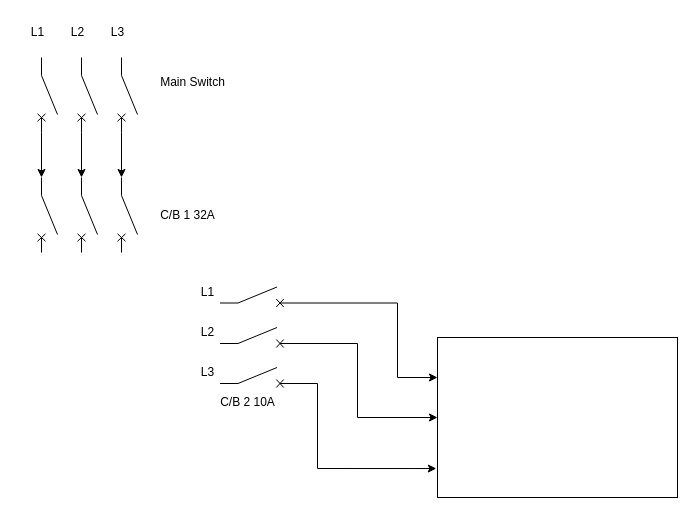
nicholas-carnie/Nicks-files keeps this draw.io diagram as Electrical - Aerosol JNR.drawio. Above is the earlier version. Source tidied: cells renumbered, new cells numbered last; positions are measured from the earlier drawing's top-left corner, leaving out a move shared by most shapes. Both pictures are drawn from the tidied source at 100%, with x=0, y=0 at pixel (17, 17).
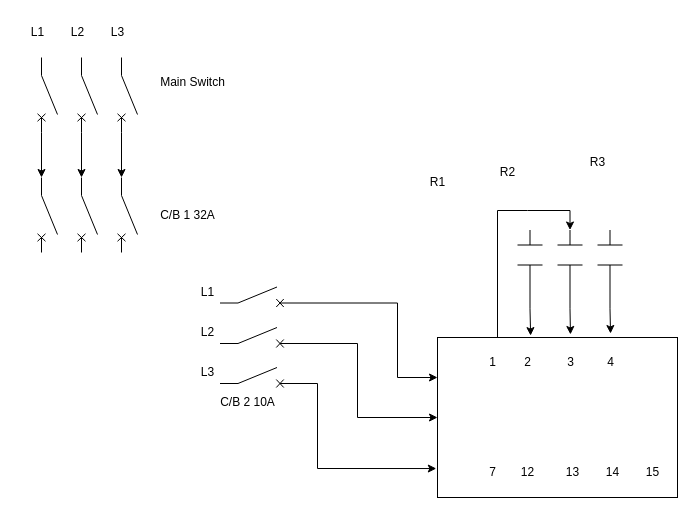
Above is the later version.

Unchanged cells that the change refers to:
```xml
<mxCell id="2" style="rounded=0;whiteSpace=wrap;html=1;" parent="1" vertex="1">
  <mxGeometry x="420" y="320" width="240" height="160" as="geometry" />
</mxCell>
```

The edit, as a diff of the source:
```diff
@@
+    <mxCell id="27" style="verticalLabelPosition=bottom;shadow=0;dashed=0;align=center;html=1;verticalAlign=top;shape=mxgraph.electrical.plc_ladder.contact;direction=south;" parent="1" vertex="1">
+      <mxGeometry x="500" y="212.5" width="25" height="50" as="geometry" />
+    </mxCell>
+    <mxCell id="28" style="verticalLabelPosition=bottom;shadow=0;dashed=0;align=center;html=1;verticalAlign=top;shape=mxgraph.electrical.plc_ladder.contact;direction=south;" parent="1" vertex="1">
+      <mxGeometry x="540" y="212.5" width="25" height="50" as="geometry" />
+    </mxCell>
+    <mxCell id="29" style="verticalLabelPosition=bottom;shadow=0;dashed=0;align=center;html=1;verticalAlign=top;shape=mxgraph.electrical.plc_ladder.contact;direction=south;" parent="1" vertex="1">
+      <mxGeometry x="580" y="212.5" width="25" height="50" as="geometry" />
+    </mxCell>
+    <mxCell id="30" style="edgeStyle=orthogonalEdgeStyle;rounded=0;jettySize=auto;html=1;exitX=1;exitY=0.5;exitDx=0;exitDy=0;exitPerimeter=0;entryX=0.721;entryY=-0.025;entryDx=0;entryDy=0;entryPerimeter=0;" parent="1" edge="1" source="29" target="2">
+      <mxGeometry relative="1" as="geometry" />
+    </mxCell>
+    <mxCell id="31" style="edgeStyle=orthogonalEdgeStyle;rounded=0;jettySize=auto;html=1;exitX=1;exitY=0.5;exitDx=0;exitDy=0;exitPerimeter=0;entryX=0.554;entryY=-0.019;entryDx=0;entryDy=0;entryPerimeter=0;" parent="1" edge="1" source="28" target="2">
+      <mxGeometry relative="1" as="geometry" />
+    </mxCell>
+    <mxCell id="32" style="edgeStyle=orthogonalEdgeStyle;rounded=0;jettySize=auto;html=1;exitX=1;exitY=0.5;exitDx=0;exitDy=0;exitPerimeter=0;entryX=0.388;entryY=-0.012;entryDx=0;entryDy=0;entryPerimeter=0;" parent="1" edge="1" source="27" target="2">
+      <mxGeometry relative="1" as="geometry" />
+    </mxCell>
+    <mxCell id="33" value="R1" style="text;html=1;align=center;verticalAlign=middle;strokeColor=none;fillColor=none;" parent="1" vertex="1">
+      <mxGeometry x="400" y="150" width="40" height="30" as="geometry" />
+    </mxCell>
+    <mxCell id="34" value="R2" style="text;html=1;align=center;verticalAlign=middle;strokeColor=none;fillColor=none;" parent="1" vertex="1">
+      <mxGeometry x="470" y="140" width="40" height="30" as="geometry" />
+    </mxCell>
+    <mxCell id="35" value="R3" style="text;html=1;align=center;verticalAlign=middle;strokeColor=none;fillColor=none;" parent="1" vertex="1">
+      <mxGeometry x="560" y="130" width="40" height="30" as="geometry" />
+    </mxCell>
+    <mxCell id="36" value="2" style="text;html=1;align=center;verticalAlign=middle;strokeColor=none;fillColor=none;" parent="1" vertex="1">
+      <mxGeometry x="495" y="330" width="30" height="30" as="geometry" />
+    </mxCell>
+    <mxCell id="37" value="3" style="text;html=1;align=center;verticalAlign=middle;strokeColor=none;fillColor=none;" parent="1" vertex="1">
+      <mxGeometry x="537.5" y="330" width="30" height="30" as="geometry" />
+    </mxCell>
+    <mxCell id="38" value="4" style="text;html=1;align=center;verticalAlign=middle;strokeColor=none;fillColor=none;" parent="1" vertex="1">
+      <mxGeometry x="577.5" y="330" width="30" height="30" as="geometry" />
+    </mxCell>
+    <mxCell id="39" value="15" style="text;html=1;align=center;verticalAlign=middle;strokeColor=none;fillColor=none;" parent="1" vertex="1">
+      <mxGeometry x="615" y="440" width="40" height="30" as="geometry" />
+    </mxCell>
+    <mxCell id="40" value="14" style="text;html=1;align=center;verticalAlign=middle;strokeColor=none;fillColor=none;" parent="1" vertex="1">
+      <mxGeometry x="575" y="440" width="40" height="30" as="geometry" />
+    </mxCell>
+    <mxCell id="41" value="13" style="text;html=1;align=center;verticalAlign=middle;strokeColor=none;fillColor=none;" parent="1" vertex="1">
+      <mxGeometry x="535" y="440" width="40" height="30" as="geometry" />
+    </mxCell>
+    <mxCell id="42" value="12" style="text;html=1;align=center;verticalAlign=middle;strokeColor=none;fillColor=none;" parent="1" vertex="1">
+      <mxGeometry x="490" y="440" width="40" height="30" as="geometry" />
+    </mxCell>
+    <mxCell id="43" value="7" style="text;html=1;align=center;verticalAlign=middle;strokeColor=none;fillColor=none;" parent="1" vertex="1">
+      <mxGeometry x="460" y="440" width="30" height="30" as="geometry" />
+    </mxCell>
+    <mxCell id="44" value="1" style="text;html=1;align=center;verticalAlign=middle;strokeColor=none;fillColor=none;" parent="1" vertex="1">
+      <mxGeometry x="460" y="330" width="30" height="30" as="geometry" />
+    </mxCell>
+    <mxCell id="45" style="edgeStyle=orthogonalEdgeStyle;rounded=0;jettySize=auto;html=1;exitX=0.25;exitY=0;exitDx=0;exitDy=0;entryX=0;entryY=0.5;entryDx=0;entryDy=0;entryPerimeter=0;" parent="1" edge="1" source="2" target="28">
+      <mxGeometry relative="1" as="geometry">
+        <Array as="points">
+          <mxPoint x="480" y="193" />
+          <mxPoint x="510" y="190" />
+          <mxPoint x="553" y="193" />
+        </Array>
+      </mxGeometry>
+    </mxCell>
```
